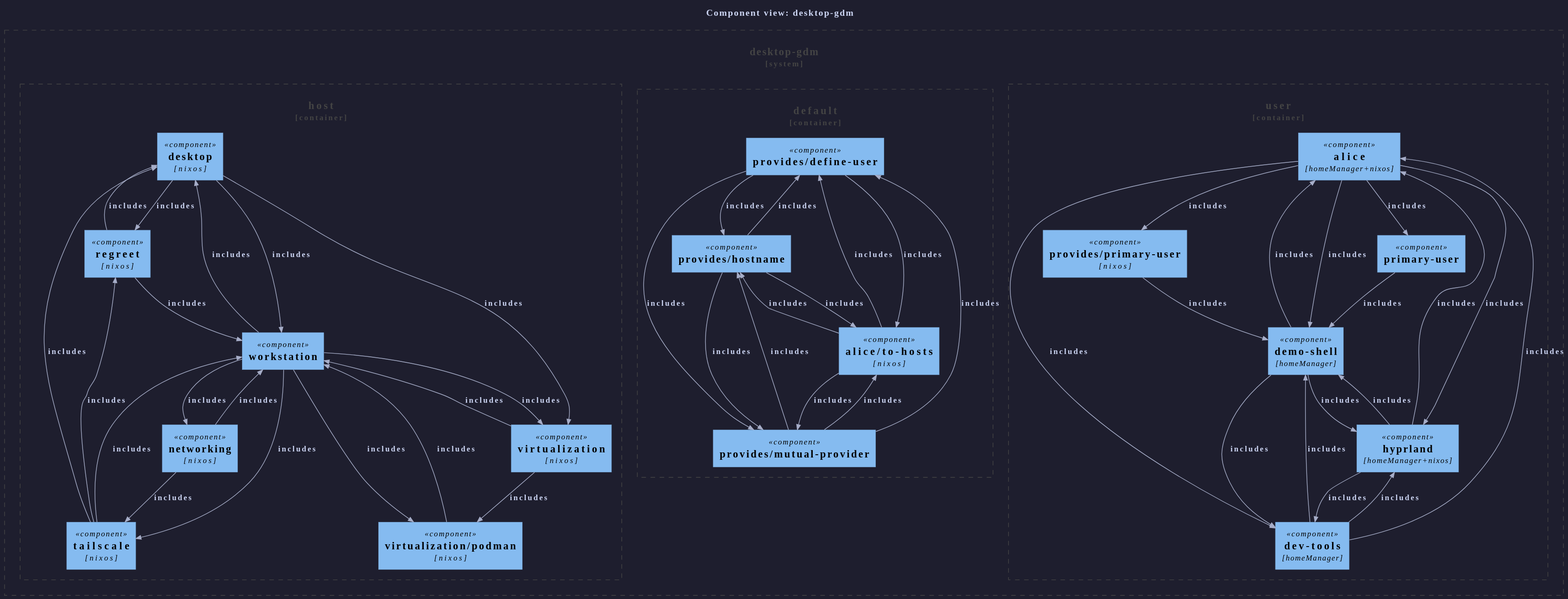
sini/den keeps this PlantUML diagram as templates/diag-fx-demo/diagrams/desktop-gdm-c4component.puml.svg. Above is the earlier version. Source of this version:
```plantuml
@startuml
!include <C4/C4_Component>
skinparam backgroundColor #1e1e2e
skinparam defaultFontColor #cdd6f4
skinparam defaultFontName "JetBrains Mono,monospace"
skinparam arrowColor #a6adc8
skinparam arrowFontColor #cdd6f4
skinparam PersonBackgroundColor #313244
skinparam PersonBorderColor #a6adc8
skinparam PersonFontColor #cdd6f4
skinparam SystemBackgroundColor #313244
skinparam SystemBorderColor #a6adc8
skinparam SystemFontColor #cdd6f4
skinparam ContainerBackgroundColor #313244
skinparam ContainerBorderColor #a6adc8
skinparam ContainerFontColor #cdd6f4
skinparam ComponentBackgroundColor #313244
skinparam ComponentBorderColor #a6adc8
skinparam ComponentFontColor #cdd6f4
skinparam BoundaryBackgroundColor #313244
skinparam BoundaryBorderColor #6c7086
skinparam BoundaryFontColor #cdd6f4
skinparam RectangleBackgroundColor #313244
skinparam RectangleBorderColor #a6adc8
skinparam RectangleFontColor #cdd6f4


title Component view: desktop-gdm

System_Boundary(desktop_gdm, "desktop-gdm") {
  Container_Boundary(host, "host") {
    Component(desktop, "desktop", "nixos")
    Component(networking, "networking", "nixos")
    Component(virtualization__podman, "virtualization/podman", "nixos")
    Component(regreet, "regreet", "nixos")
    Component(tailscale, "tailscale", "nixos")
    Component(virtualization, "virtualization", "nixos")
    Component(workstation, "workstation", "")
}
  Container_Boundary(c4_default, "default") {
    Component(den__provides__define_user, "provides/define-user", "")
    Component(den__provides__hostname, "provides/hostname", "")
    Component(den__provides__mutual_provider, "provides/mutual-provider", "")
    Component(alice__to_hosts, "alice/to-hosts", "nixos")
}
  Container_Boundary(user, "user") {
    Component(alice, "alice", "homeManager+nixos")
    Component(demo_shell, "demo-shell", "homeManager")
    Component(dev_tools, "dev-tools", "homeManager")
    Component(hyprland, "hyprland", "homeManager+nixos")
    Component(primary_user, "primary-user", "")
    Component(den__provides__primary_user, "provides/primary-user", "nixos")
}
}

Rel(alice, demo_shell, "includes")
Rel(alice, dev_tools, "includes")
Rel(alice, hyprland, "includes")
Rel(alice, primary_user, "includes")
Rel(alice, den__provides__primary_user, "includes")
Rel(alice__to_hosts, den__provides__define_user, "includes")
Rel(alice__to_hosts, den__provides__hostname, "includes")
Rel(alice__to_hosts, den__provides__mutual_provider, "includes")
Rel(den__provides__mutual_provider, den__provides__define_user, "includes")
Rel(den__provides__mutual_provider, den__provides__hostname, "includes")
Rel(den__provides__mutual_provider, alice__to_hosts, "includes")
Rel(den__provides__hostname, den__provides__define_user, "includes")
Rel(den__provides__define_user, den__provides__hostname, "includes")
Rel(den__provides__define_user, den__provides__mutual_provider, "includes")
Rel(den__provides__hostname, den__provides__mutual_provider, "includes")
Rel(den__provides__define_user, alice__to_hosts, "includes")
Rel(den__provides__hostname, alice__to_hosts, "includes")
Rel(demo_shell, hyprland, "includes")
Rel(demo_shell, alice, "includes")
Rel(demo_shell, dev_tools, "includes")
Rel(den__provides__primary_user, demo_shell, "includes")
Rel(desktop, workstation, "includes")
Rel(desktop, regreet, "includes")
Rel(desktop, virtualization, "includes")
Rel(dev_tools, alice, "includes")
Rel(dev_tools, demo_shell, "includes")
Rel(dev_tools, hyprland, "includes")
Rel(networking, workstation, "includes")
Rel(regreet, workstation, "includes")
Rel(tailscale, workstation, "includes")
Rel(virtualization, workstation, "includes")
Rel(virtualization__podman, workstation, "includes")
Rel(hyprland, dev_tools, "includes")
Rel(hyprland, alice, "includes")
Rel(hyprland, demo_shell, "includes")
Rel(networking, tailscale, "includes")
Rel(primary_user, demo_shell, "includes")
Rel(regreet, desktop, "includes")
Rel(tailscale, desktop, "includes")
Rel(tailscale, regreet, "includes")
Rel(virtualization, virtualization__podman, "includes")
Rel(workstation, desktop, "includes")
Rel(workstation, networking, "includes")
Rel(workstation, virtualization__podman, "includes")
Rel(workstation, tailscale, "includes")
Rel(workstation, virtualization, "includes")
@enduml
```
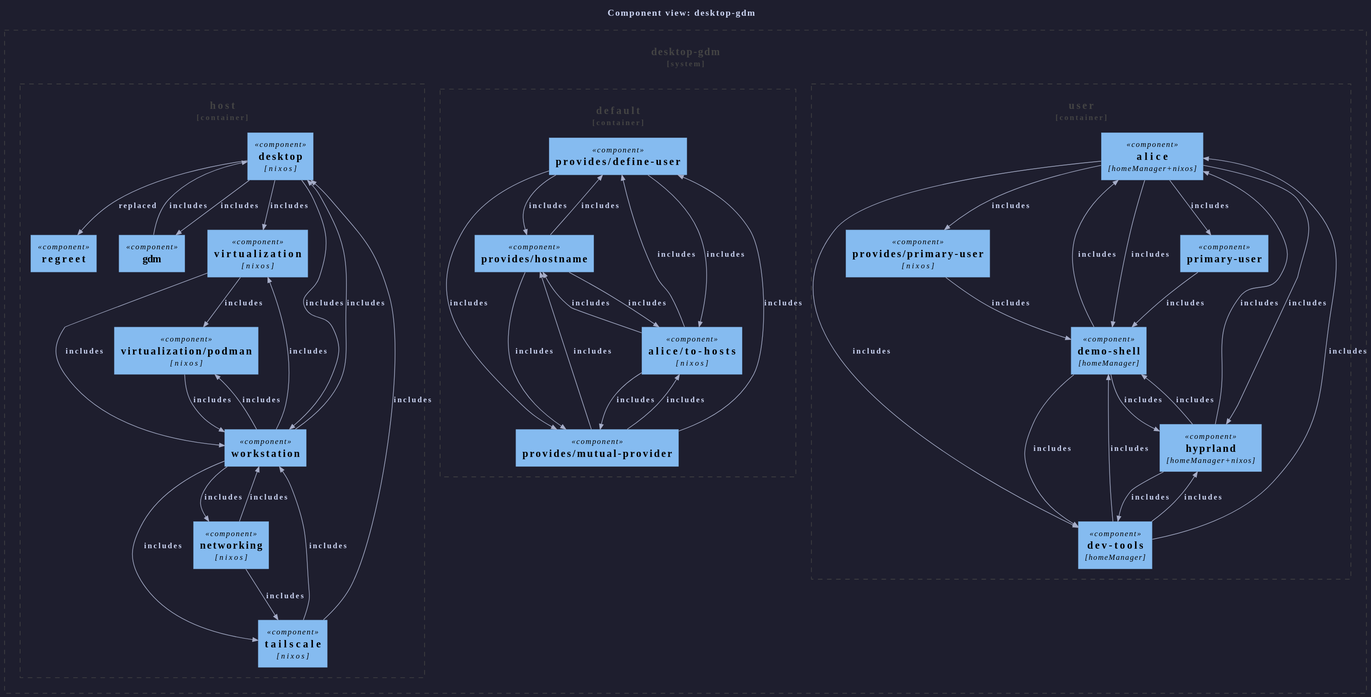
Later version of the same file.

The edit, as a diff of the source:
```diff
@@ -30,9 +30,10 @@
 System_Boundary(desktop_gdm, "desktop-gdm") {
   Container_Boundary(host, "host") {
     Component(desktop, "desktop", "nixos")
+    Component(gdm, "gdm", "")
     Component(networking, "networking", "nixos")
     Component(virtualization__podman, "virtualization/podman", "nixos")
-    Component(regreet, "regreet", "nixos")
+    Component(regreet, "regreet", "")
     Component(tailscale, "tailscale", "nixos")
     Component(virtualization, "virtualization", "nixos")
     Component(workstation, "workstation", "")
@@ -74,14 +75,15 @@
 Rel(demo_shell, alice, "includes")
 Rel(demo_shell, dev_tools, "includes")
 Rel(den__provides__primary_user, demo_shell, "includes")
+Rel(desktop, gdm, "includes")
 Rel(desktop, workstation, "includes")
-Rel(desktop, regreet, "includes")
+Rel(desktop, regreet, "replaced")
 Rel(desktop, virtualization, "includes")
 Rel(dev_tools, alice, "includes")
 Rel(dev_tools, demo_shell, "includes")
 Rel(dev_tools, hyprland, "includes")
+Rel(gdm, desktop, "includes")
 Rel(networking, workstation, "includes")
-Rel(regreet, workstation, "includes")
 Rel(tailscale, workstation, "includes")
 Rel(virtualization, workstation, "includes")
 Rel(virtualization__podman, workstation, "includes")
@@ -90,9 +92,7 @@
 Rel(hyprland, demo_shell, "includes")
 Rel(networking, tailscale, "includes")
 Rel(primary_user, demo_shell, "includes")
-Rel(regreet, desktop, "includes")
 Rel(tailscale, desktop, "includes")
-Rel(tailscale, regreet, "includes")
 Rel(virtualization, virtualization__podman, "includes")
 Rel(workstation, desktop, "includes")
 Rel(workstation, networking, "includes")
```
